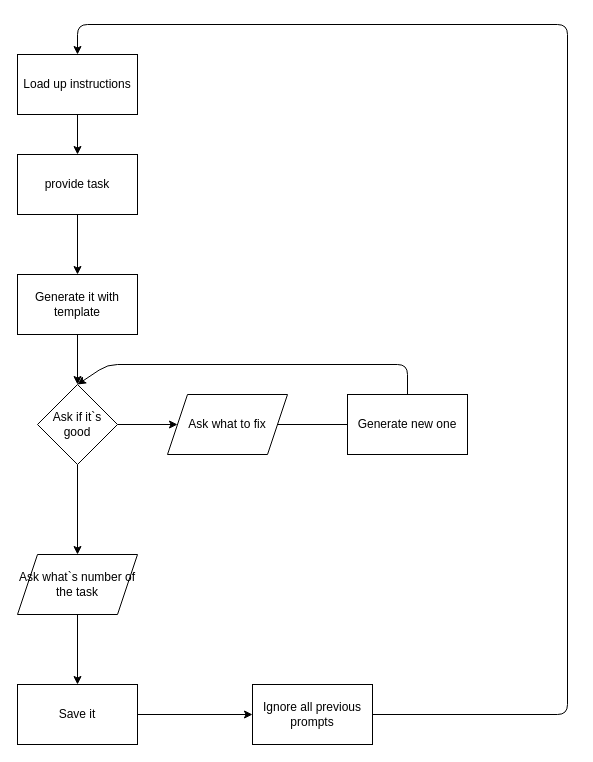
news-s/zadaniator keeps this draw.io diagram as schema.dio. Above is the earlier version. Source tidied: cells renumbered, new cells numbered last; positions are measured from the earlier drawing's top-left corner, leaving out a move shared by most shapes. Both pictures are drawn from the tidied source at 100%, with x=0, y=0 at pixel (17, 24).
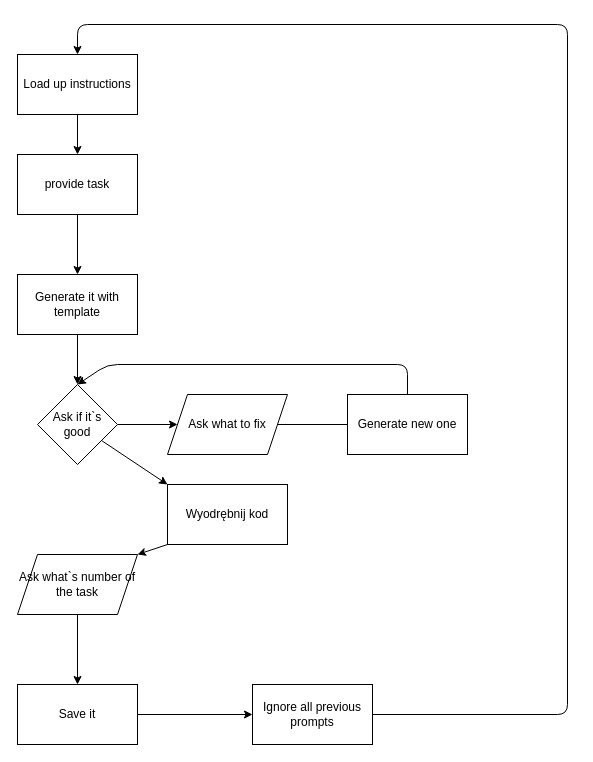
The same page after the edit.

Commit message (it also covers changes not shown here):
Now in file is only code, no bs

The change refers to these unchanged cells:
```xml
<mxCell id="8" value="Ask if it`s good" style="rhombus;whiteSpace=wrap;html=1;" parent="1" vertex="1">
  <mxGeometry x="20" y="360" width="80" height="80" as="geometry" />
</mxCell>
<mxCell id="14" value="Ask what`s number of the task" style="shape=parallelogram;perimeter=parallelogramPerimeter;whiteSpace=wrap;html=1;fixedSize=1;" parent="1" vertex="1">
  <mxGeometry y="530" width="120" height="60" as="geometry" />
</mxCell>
```

Diff of the diagram source:
```diff
@@
-    <mxCell id="7" style="edgeStyle=none;html=1;entryX=0.5;entryY=0;entryDx=0;entryDy=0;" parent="1" edge="1" source="8" target="14">
+    <mxCell id="7" style="edgeStyle=none;html=1;entryX=0;entryY=0;entryDx=0;entryDy=0;" parent="1" edge="1" source="8" target="22">
       <mxGeometry relative="1" as="geometry" />
     </mxCell>
@@
+    <mxCell id="21" style="edgeStyle=none;html=1;exitX=0;exitY=1;exitDx=0;exitDy=0;entryX=1;entryY=0;entryDx=0;entryDy=0;" parent="1" edge="1" source="22" target="14">
+      <mxGeometry relative="1" as="geometry" />
+    </mxCell>
+    <mxCell id="22" value="Wyodrębnij kod" style="whiteSpace=wrap;html=1;" parent="1" vertex="1">
+      <mxGeometry x="150" y="460" width="120" height="60" as="geometry" />
+    </mxCell>
```
